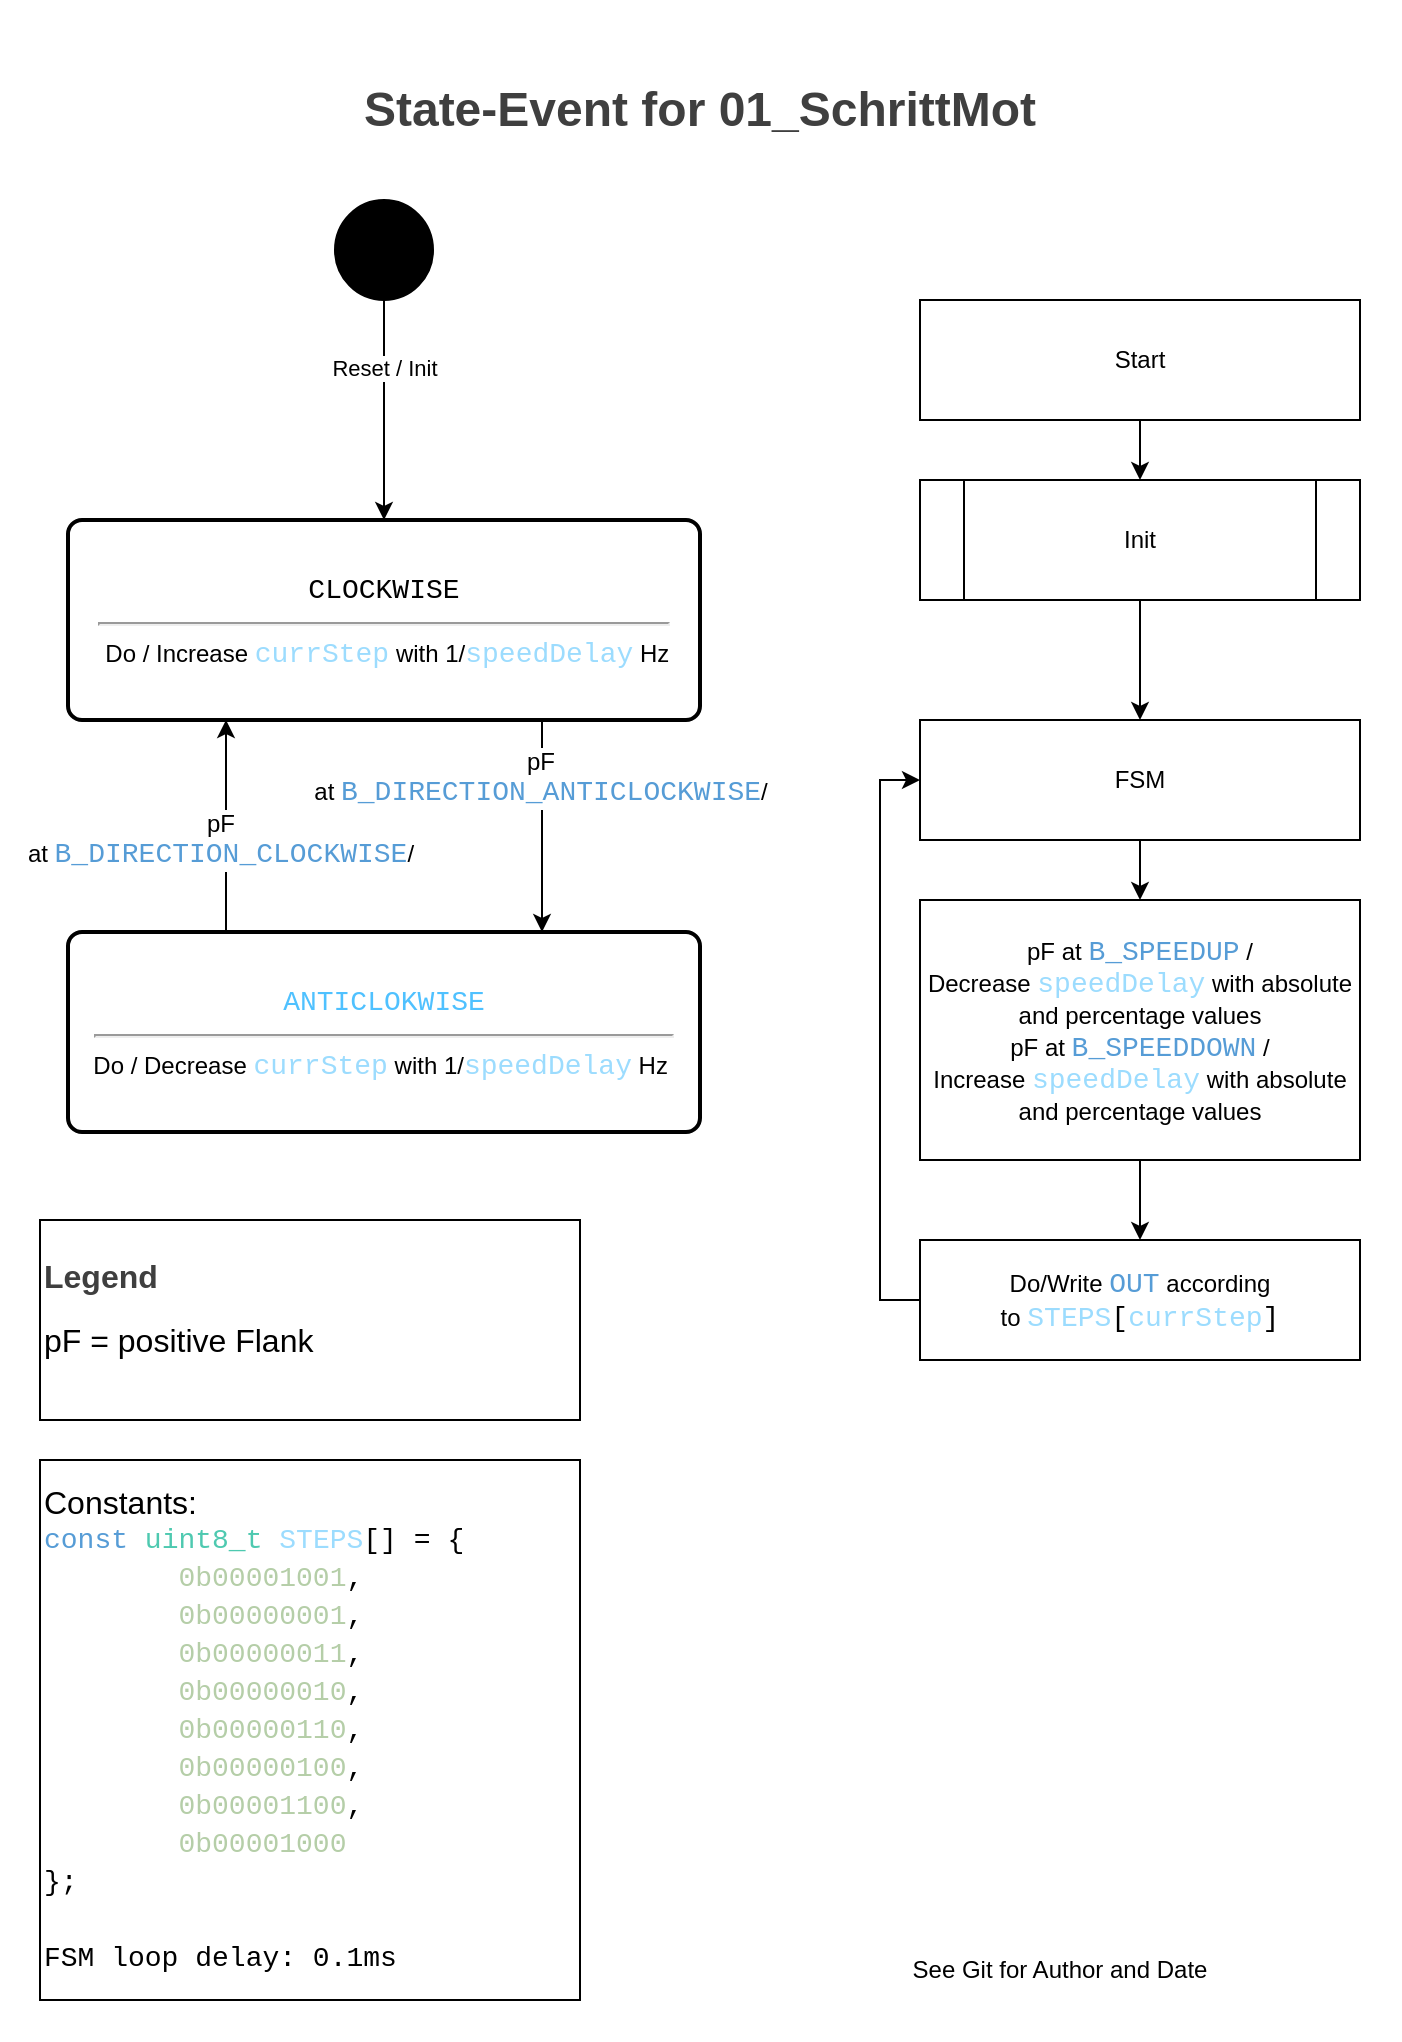
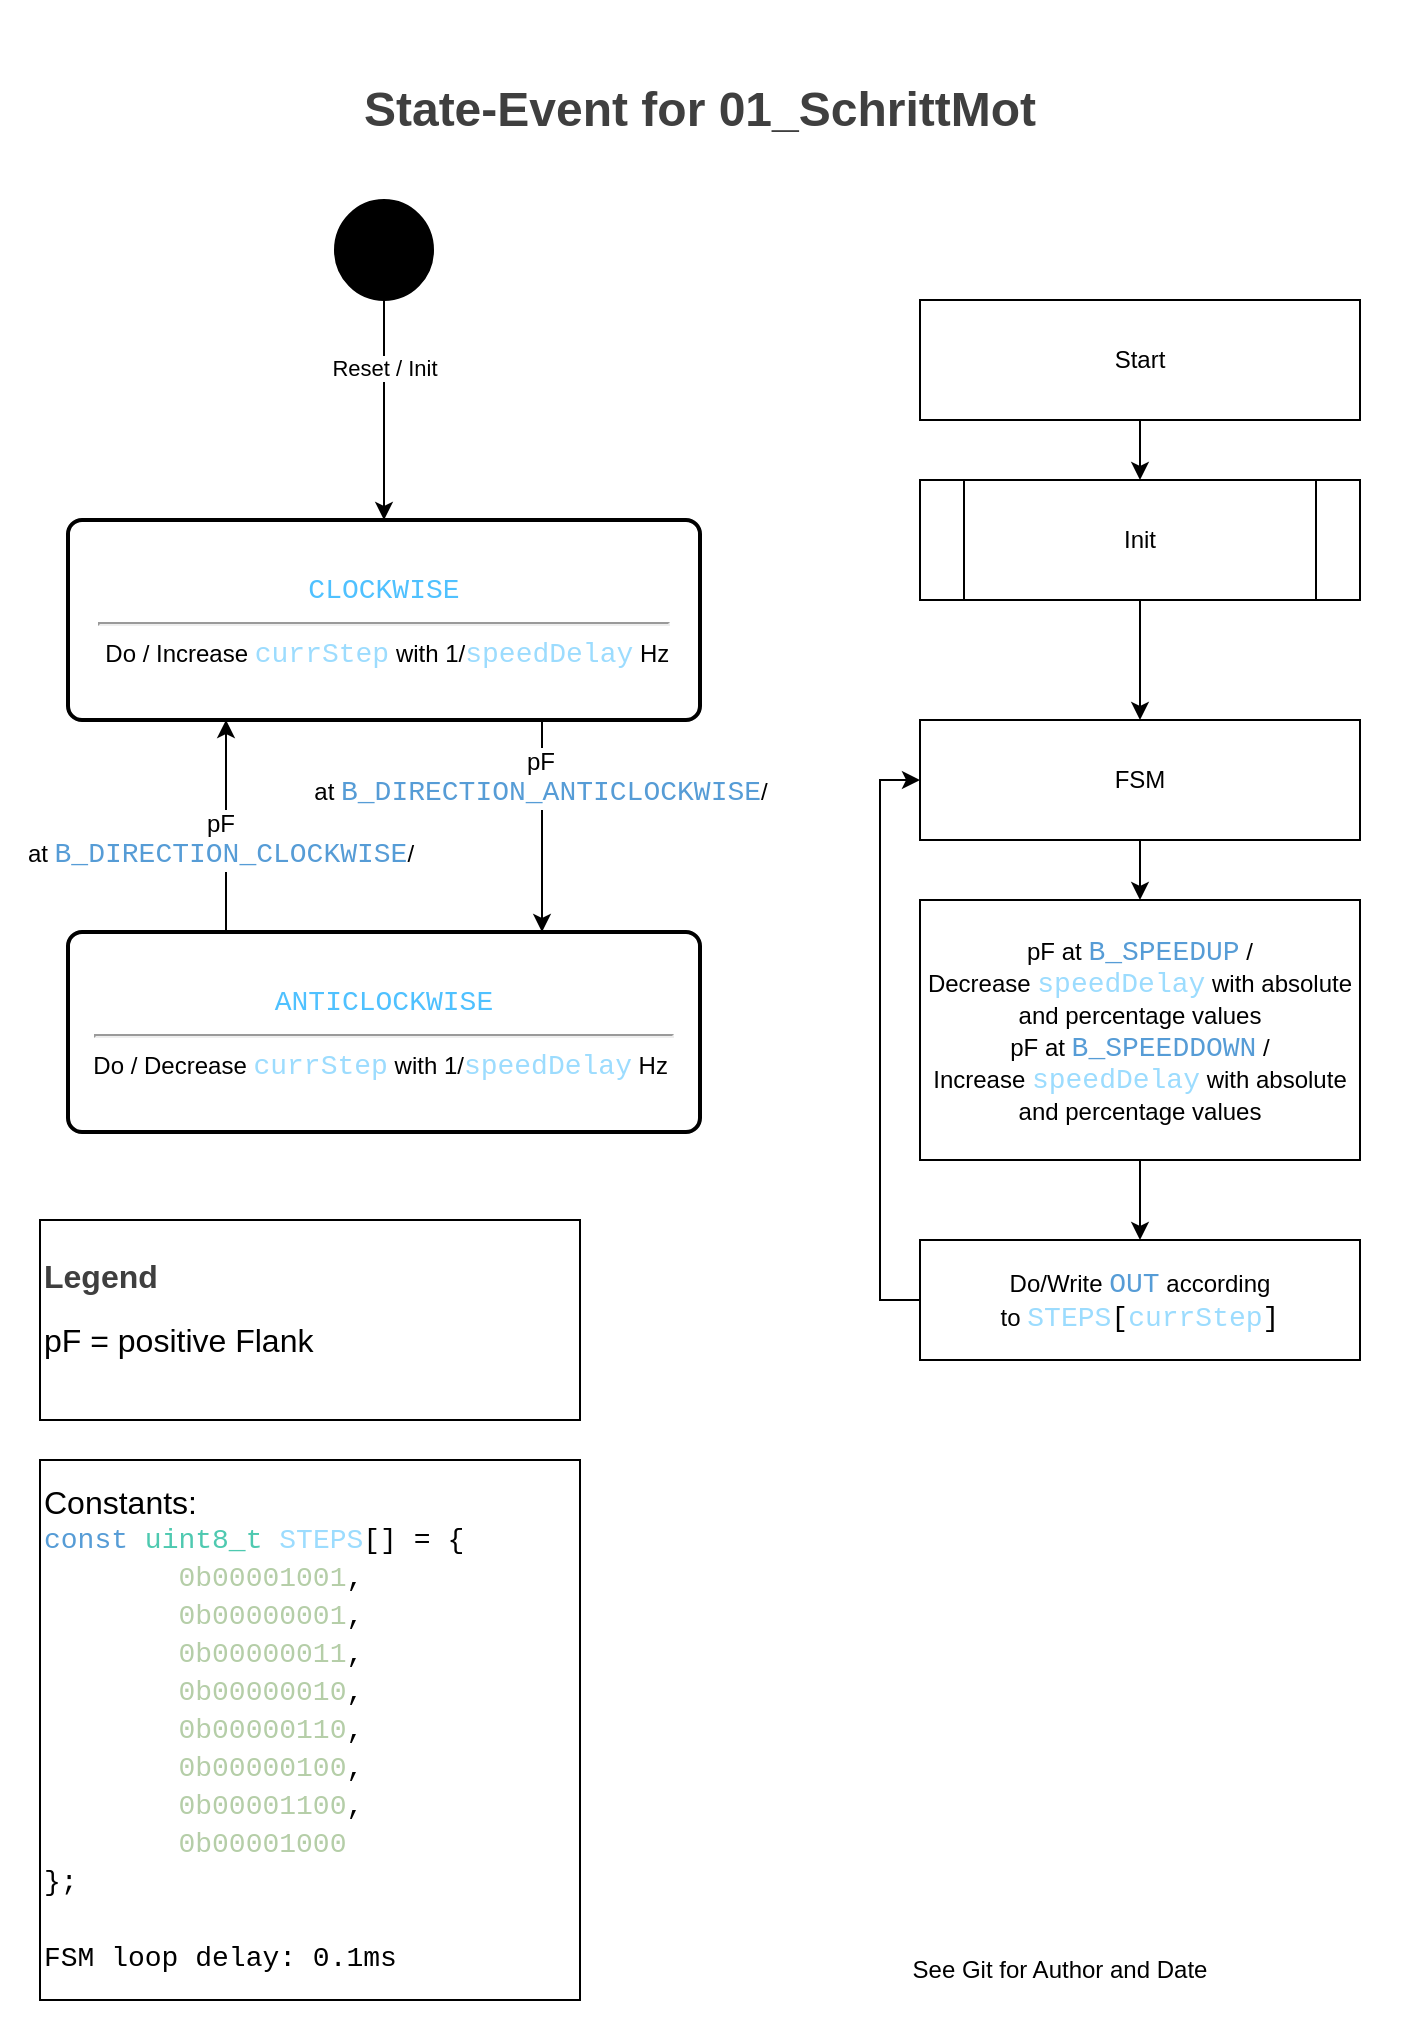
<mxfile host="65bd71144e">
    <diagram name="Seite-1" id="3LzIv_oDcxLdRf5ZIzTs">
-         <mxGraphModel dx="822" dy="310" grid="1" gridSize="10" guides="1" tooltips="1" connect="1" arrows="1" fold="1" page="1" pageScale="1" pageWidth="827" pageHeight="1169" background="#ffffff" math="0" shadow="0">
+         <mxGraphModel dx="620" dy="651" grid="1" gridSize="10" guides="1" tooltips="1" connect="1" arrows="1" fold="1" page="1" pageScale="1" pageWidth="827" pageHeight="1169" background="#ffffff" math="0" shadow="0">
            <root>
                <mxCell id="0"/>
                <mxCell id="1" parent="0"/>
                <mxCell id="2" value="" style="rounded=0;whiteSpace=wrap;html=1;strokeColor=none;" parent="1" vertex="1">
                    <mxGeometry x="20" y="40" width="700" height="1000" as="geometry"/>
                </mxCell>
                <mxCell id="3" value="&lt;h1 style=&quot;color: rgb(63, 63, 63); scrollbar-color: rgb(226, 226, 226) rgb(251, 251, 251); text-wrap-mode: nowrap;&quot;&gt;&lt;b style=&quot;color: rgb(63, 63, 63); scrollbar-color: rgb(226, 226, 226) rgb(251, 251, 251);&quot;&gt;State-Event for 01_SchrittMot&lt;/b&gt;&lt;/h1&gt;" style="text;html=1;align=center;verticalAlign=middle;whiteSpace=wrap;rounded=0;" parent="1" vertex="1">
                    <mxGeometry x="20" y="40" width="700" height="70" as="geometry"/>
                </mxCell>
                <mxCell id="Lc9ec_JKBUFlBkVfgpRD-3" style="edgeStyle=orthogonalEdgeStyle;rounded=0;orthogonalLoop=1;jettySize=auto;html=1;exitX=0.5;exitY=1;exitDx=0;exitDy=0;entryX=0.5;entryY=0;entryDx=0;entryDy=0;" parent="1" source="srKGXEBpMEbrtS2G2Xaq-6" target="Lc9ec_JKBUFlBkVfgpRD-4" edge="1">
                    <mxGeometry relative="1" as="geometry">
                        <mxPoint x="164" y="315" as="targetPoint"/>
                        <mxPoint x="164" y="180" as="sourcePoint"/>
                    </mxGeometry>
                </mxCell>
                <mxCell id="Lc9ec_JKBUFlBkVfgpRD-5" value="&lt;font&gt;Reset / Init&lt;/font&gt;" style="edgeLabel;html=1;align=center;verticalAlign=middle;resizable=0;points=[];" parent="Lc9ec_JKBUFlBkVfgpRD-3" vertex="1" connectable="0">
                    <mxGeometry x="0.2976" relative="1" as="geometry">
                        <mxPoint y="-38" as="offset"/>
                    </mxGeometry>
                </mxCell>
                <mxCell id="QQM4AKSybeygNb_UfViG-3" style="edgeStyle=orthogonalEdgeStyle;rounded=0;orthogonalLoop=1;jettySize=auto;html=1;exitX=0.75;exitY=1;exitDx=0;exitDy=0;entryX=0.75;entryY=0;entryDx=0;entryDy=0;" parent="1" source="Lc9ec_JKBUFlBkVfgpRD-4" target="QQM4AKSybeygNb_UfViG-1" edge="1">
                    <mxGeometry relative="1" as="geometry"/>
                </mxCell>
                <mxCell id="QQM4AKSybeygNb_UfViG-5" value="&lt;span&gt;&lt;span style=&quot;font-size: 12px; text-wrap: wrap;&quot;&gt;pF at&amp;nbsp;&lt;/span&gt;&lt;span style=&quot;color: rgb(86, 156, 214); font-family: Consolas, &amp;quot;Courier New&amp;quot;, monospace; font-size: 14px; white-space-collapse: preserve;&quot;&gt;B_DIRECTION_ANTICLOCKWISE&lt;/span&gt;&lt;span style=&quot;font-size: 12px; text-wrap: wrap;&quot;&gt;/&lt;/span&gt;&lt;/span&gt;" style="edgeLabel;html=1;align=center;verticalAlign=middle;resizable=0;points=[];" parent="QQM4AKSybeygNb_UfViG-3" vertex="1" connectable="0">
                    <mxGeometry x="-0.4617" y="-3" relative="1" as="geometry">
                        <mxPoint x="2" as="offset"/>
                    </mxGeometry>
                </mxCell>
-                 <mxCell id="Lc9ec_JKBUFlBkVfgpRD-4" value="&lt;div style=&quot;font-family: Consolas, &amp;quot;Courier New&amp;quot;, monospace; font-size: 14px; line-height: 19px; white-space: pre;&quot;&gt;&lt;span&gt;&lt;font&gt;CLOCKWISE&lt;/font&gt;&lt;/span&gt;&lt;/div&gt;&lt;hr&gt;&lt;font&gt;&amp;nbsp;Do / Increase&amp;nbsp;&lt;span style=&quot;font-family: Consolas, &amp;quot;Courier New&amp;quot;, monospace; font-size: 14px; white-space: pre; color: rgb(156, 220, 254);&quot;&gt;currStep&lt;/span&gt;&amp;nbsp;&lt;span style=&quot;background-color: initial;&quot;&gt;with 1/&lt;/span&gt;&lt;span&gt;&lt;span style=&quot;font-family: Consolas, &amp;quot;Courier New&amp;quot;, monospace; font-size: 14px; white-space: pre; color: rgb(156, 220, 254);&quot;&gt;speedDelay&lt;/span&gt;&amp;nbsp;&lt;/span&gt;Hz&lt;/font&gt;" style="rounded=1;whiteSpace=wrap;html=1;absoluteArcSize=1;arcSize=14;strokeWidth=2;" parent="1" vertex="1">
+                 <mxCell id="Lc9ec_JKBUFlBkVfgpRD-4" value="&lt;div style=&quot;font-family: Consolas, &amp;quot;Courier New&amp;quot;, monospace; font-size: 14px; line-height: 19px; white-space: pre;&quot;&gt;&lt;span style=&quot;color: rgb(79, 193, 255);&quot;&gt;CLOCKWISE&lt;/span&gt;&lt;/div&gt;&lt;hr&gt;&lt;font&gt;&amp;nbsp;Do / Increase&amp;nbsp;&lt;span style=&quot;font-family: Consolas, &amp;quot;Courier New&amp;quot;, monospace; font-size: 14px; white-space: pre; color: rgb(156, 220, 254);&quot;&gt;currStep&lt;/span&gt;&amp;nbsp;&lt;span style=&quot;background-color: initial;&quot;&gt;with 1/&lt;/span&gt;&lt;span&gt;&lt;span style=&quot;font-family: Consolas, &amp;quot;Courier New&amp;quot;, monospace; font-size: 14px; white-space: pre; color: rgb(156, 220, 254);&quot;&gt;speedDelay&lt;/span&gt;&amp;nbsp;&lt;/span&gt;Hz&lt;/font&gt;" style="rounded=1;whiteSpace=wrap;html=1;absoluteArcSize=1;arcSize=14;strokeWidth=2;" parent="1" vertex="1">
                    <mxGeometry x="54" y="280" width="316" height="100" as="geometry"/>
                </mxCell>
                <mxCell id="Lc9ec_JKBUFlBkVfgpRD-9" value="&lt;h1&gt;&lt;br&gt;&lt;/h1&gt;" style="text;html=1;align=center;verticalAlign=middle;resizable=0;points=[];autosize=1;strokeColor=none;fillColor=none;" parent="1" vertex="1">
                    <mxGeometry x="130" y="20" width="20" height="70" as="geometry"/>
                </mxCell>
                <mxCell id="Lc9ec_JKBUFlBkVfgpRD-20" value="&lt;b style=&quot;font-size: medium; background-color: light-dark(#ffffff, var(--ge-dark-color, #121212)); color: rgb(63, 63, 63);&quot;&gt;Legend&lt;/b&gt;&lt;br&gt;&lt;p style=&quot;&quot;&gt;&lt;font style=&quot;background-color: light-dark(#ffffff, var(--ge-dark-color, #121212));&quot; size=&quot;3&quot;&gt;pF = positive Flank&lt;/font&gt;&lt;/p&gt;" style="html=1;whiteSpace=wrap;align=left;" parent="1" vertex="1">
                    <mxGeometry x="40" y="630" width="270" height="100" as="geometry"/>
                </mxCell>
                <mxCell id="srKGXEBpMEbrtS2G2Xaq-6" value="" style="ellipse;fillColor=strokeColor;html=1;strokeColor=default;" parent="1" vertex="1">
                    <mxGeometry x="187.5" y="120" width="49" height="50" as="geometry"/>
                </mxCell>
                <mxCell id="QQM4AKSybeygNb_UfViG-2" style="edgeStyle=orthogonalEdgeStyle;rounded=0;orthogonalLoop=1;jettySize=auto;html=1;entryX=0.25;entryY=1;entryDx=0;entryDy=0;exitX=0.25;exitY=0;exitDx=0;exitDy=0;" parent="1" source="QQM4AKSybeygNb_UfViG-1" target="Lc9ec_JKBUFlBkVfgpRD-4" edge="1">
                    <mxGeometry relative="1" as="geometry"/>
                </mxCell>
                <mxCell id="QQM4AKSybeygNb_UfViG-4" value="&lt;span&gt;&lt;span style=&quot;font-size: 12px; text-wrap: wrap;&quot;&gt;pF at&amp;nbsp;&lt;/span&gt;&lt;span style=&quot;color: rgb(86, 156, 214); font-family: Consolas, &amp;quot;Courier New&amp;quot;, monospace; font-size: 14px; white-space-collapse: preserve;&quot;&gt;B_DIRECTION_CLOCKWISE&lt;/span&gt;&lt;span style=&quot;font-size: 12px; text-wrap: wrap;&quot;&gt;/&lt;/span&gt;&lt;/span&gt;" style="edgeLabel;html=1;align=center;verticalAlign=middle;resizable=0;points=[];" parent="QQM4AKSybeygNb_UfViG-2" vertex="1" connectable="0">
                    <mxGeometry x="0.04" y="-1" relative="1" as="geometry">
                        <mxPoint x="-4" y="9" as="offset"/>
                    </mxGeometry>
                </mxCell>
-                 <mxCell id="QQM4AKSybeygNb_UfViG-1" value="&lt;div style=&quot;color: rgb(204, 204, 204); font-family: Consolas, &amp;quot;Courier New&amp;quot;, monospace; font-size: 14px; line-height: 19px; white-space: pre;&quot;&gt;&lt;div style=&quot;line-height: 19px;&quot;&gt;&lt;span style=&quot;color: rgb(79, 193, 255);&quot;&gt;ANTICLOKWISE&lt;/span&gt;&lt;/div&gt;&lt;/div&gt;&lt;hr&gt;&lt;div&gt;Do / Decrease&amp;nbsp;&lt;span style=&quot;color: rgb(156, 220, 254); font-family: Consolas, &amp;quot;Courier New&amp;quot;, monospace; font-size: 14px; white-space: pre;&quot;&gt;currStep&lt;/span&gt;&lt;span style=&quot;background-color: initial;&quot;&gt;&amp;nbsp;with 1/&lt;/span&gt;&lt;span style=&quot;color: rgb(156, 220, 254); font-family: Consolas, &amp;quot;Courier New&amp;quot;, monospace; font-size: 14px; white-space: pre;&quot;&gt;speedDelay&lt;/span&gt;&amp;nbsp;Hz&lt;span style=&quot;background-color: initial;&quot;&gt;&amp;nbsp;&lt;/span&gt;&lt;/div&gt;" style="rounded=1;whiteSpace=wrap;html=1;absoluteArcSize=1;arcSize=14;strokeWidth=2;" parent="1" vertex="1">
+                 <mxCell id="QQM4AKSybeygNb_UfViG-1" value="&lt;div style=&quot;color: rgb(204, 204, 204); font-family: Consolas, &amp;quot;Courier New&amp;quot;, monospace; font-size: 14px; line-height: 19px; white-space: pre;&quot;&gt;&lt;div style=&quot;line-height: 19px;&quot;&gt;&lt;span style=&quot;color: rgb(79, 193, 255);&quot;&gt;ANTICLOCKWISE&lt;/span&gt;&lt;/div&gt;&lt;/div&gt;&lt;hr&gt;&lt;div&gt;Do / Decrease&amp;nbsp;&lt;span style=&quot;color: rgb(156, 220, 254); font-family: Consolas, &amp;quot;Courier New&amp;quot;, monospace; font-size: 14px; white-space: pre;&quot;&gt;currStep&lt;/span&gt;&lt;span style=&quot;background-color: initial;&quot;&gt;&amp;nbsp;with 1/&lt;/span&gt;&lt;span style=&quot;color: rgb(156, 220, 254); font-family: Consolas, &amp;quot;Courier New&amp;quot;, monospace; font-size: 14px; white-space: pre;&quot;&gt;speedDelay&lt;/span&gt;&amp;nbsp;Hz&lt;span style=&quot;background-color: initial;&quot;&gt;&amp;nbsp;&lt;/span&gt;&lt;/div&gt;" style="rounded=1;whiteSpace=wrap;html=1;absoluteArcSize=1;arcSize=14;strokeWidth=2;" parent="1" vertex="1">
                    <mxGeometry x="54" y="486" width="316" height="100" as="geometry"/>
                </mxCell>
                <mxCell id="QQM4AKSybeygNb_UfViG-6" value="&lt;div style=&quot;&quot;&gt;&lt;span style=&quot;font-size: medium; background-color: initial;&quot;&gt;&lt;font&gt;Constants:&lt;/font&gt;&lt;/span&gt;&lt;/div&gt;&lt;div style=&quot;&quot;&gt;&lt;div style=&quot;font-family: Consolas, &amp;quot;Courier New&amp;quot;, monospace; font-size: 14px; line-height: 19px; white-space: pre;&quot;&gt;&lt;div style=&quot;line-height: 19px;&quot;&gt;&lt;div style=&quot;&quot;&gt;&lt;font&gt;&lt;span style=&quot;color: rgb(86, 156, 214);&quot;&gt;const&lt;/span&gt;&lt;font&gt; &lt;/font&gt;&lt;span style=&quot;color: rgb(78, 201, 176);&quot;&gt;uint8_t&lt;/span&gt;&lt;font&gt; &lt;/font&gt;&lt;span style=&quot;color: rgb(156, 220, 254);&quot;&gt;STEPS&lt;/span&gt;&lt;span&gt;&lt;font&gt;[]&lt;/font&gt;&lt;/span&gt;&lt;font&gt; &lt;/font&gt;&lt;font&gt;&lt;font&gt;= &lt;/font&gt;&lt;font&gt;{&lt;/font&gt;&lt;/font&gt;&lt;/font&gt;&lt;/div&gt;&lt;div style=&quot;&quot;&gt;&lt;span&gt;&lt;font&gt;&amp;nbsp; &amp;nbsp; &amp;nbsp; &amp;nbsp; &lt;span style=&quot;color: rgb(181, 206, 168);&quot;&gt;0b00001001&lt;/span&gt;,&lt;/font&gt;&lt;/span&gt;&lt;/div&gt;&lt;div style=&quot;&quot;&gt;&lt;span&gt;&lt;font&gt;&amp;nbsp; &amp;nbsp; &amp;nbsp; &amp;nbsp; &lt;span style=&quot;color: rgb(181, 206, 168);&quot;&gt;0b00000001&lt;/span&gt;,&lt;/font&gt;&lt;/span&gt;&lt;/div&gt;&lt;div style=&quot;&quot;&gt;&lt;span&gt;&lt;font&gt;&amp;nbsp; &amp;nbsp; &amp;nbsp; &amp;nbsp; &lt;span style=&quot;color: rgb(181, 206, 168);&quot;&gt;0b00000011&lt;/span&gt;,&lt;/font&gt;&lt;/span&gt;&lt;/div&gt;&lt;div style=&quot;&quot;&gt;&lt;span&gt;&lt;font&gt;&amp;nbsp; &amp;nbsp; &amp;nbsp; &amp;nbsp; &lt;span style=&quot;color: rgb(181, 206, 168);&quot;&gt;0b00000010&lt;/span&gt;,&lt;/font&gt;&lt;/span&gt;&lt;/div&gt;&lt;div style=&quot;&quot;&gt;&lt;span&gt;&lt;font&gt;&amp;nbsp; &amp;nbsp; &amp;nbsp; &amp;nbsp; &lt;span style=&quot;color: rgb(181, 206, 168);&quot;&gt;0b00000110&lt;/span&gt;,&lt;/font&gt;&lt;/span&gt;&lt;/div&gt;&lt;div style=&quot;&quot;&gt;&lt;span&gt;&lt;font&gt;&amp;nbsp; &amp;nbsp; &amp;nbsp; &amp;nbsp; &lt;span style=&quot;color: rgb(181, 206, 168);&quot;&gt;0b00000100&lt;/span&gt;,&lt;/font&gt;&lt;/span&gt;&lt;/div&gt;&lt;div style=&quot;&quot;&gt;&lt;span&gt;&lt;font&gt;&amp;nbsp; &amp;nbsp; &amp;nbsp; &amp;nbsp; &lt;span style=&quot;color: rgb(181, 206, 168);&quot;&gt;0b00001100&lt;/span&gt;,&lt;/font&gt;&lt;/span&gt;&lt;/div&gt;&lt;div style=&quot;&quot;&gt;&lt;span&gt;&lt;font&gt;&amp;nbsp; &amp;nbsp; &amp;nbsp; &amp;nbsp; &lt;span style=&quot;color: rgb(181, 206, 168);&quot;&gt;0b00001000&lt;/span&gt;&lt;/font&gt;&lt;/span&gt;&lt;/div&gt;&lt;div style=&quot;&quot;&gt;&lt;span&gt;&lt;font&gt;};&lt;/font&gt;&lt;/span&gt;&lt;/div&gt;&lt;div style=&quot;&quot;&gt;&lt;span&gt;&lt;font&gt;&lt;br&gt;&lt;/font&gt;&lt;/span&gt;&lt;/div&gt;&lt;div style=&quot;&quot;&gt;FSM loop delay: 0.1ms&lt;/div&gt;&lt;/div&gt;&lt;/div&gt;&lt;/div&gt;" style="html=1;whiteSpace=wrap;align=left;" parent="1" vertex="1">
                    <mxGeometry x="40" y="750" width="270" height="270" as="geometry"/>
                </mxCell>
                <mxCell id="QQM4AKSybeygNb_UfViG-12" style="edgeStyle=orthogonalEdgeStyle;rounded=0;orthogonalLoop=1;jettySize=auto;html=1;exitX=0.5;exitY=1;exitDx=0;exitDy=0;entryX=0.5;entryY=0;entryDx=0;entryDy=0;" parent="1" source="QQM4AKSybeygNb_UfViG-7" target="QQM4AKSybeygNb_UfViG-8" edge="1">
                    <mxGeometry relative="1" as="geometry"/>
                </mxCell>
                <mxCell id="QQM4AKSybeygNb_UfViG-7" value="&lt;font&gt;Start&lt;/font&gt;" style="rounded=0;whiteSpace=wrap;html=1;" parent="1" vertex="1">
                    <mxGeometry x="480" y="170" width="220" height="60" as="geometry"/>
                </mxCell>
                <mxCell id="QQM4AKSybeygNb_UfViG-8" value="&lt;font&gt;Init&lt;/font&gt;" style="shape=process;whiteSpace=wrap;html=1;backgroundOutline=1;" parent="1" vertex="1">
                    <mxGeometry x="480" y="260" width="220" height="60" as="geometry"/>
                </mxCell>
                <mxCell id="QQM4AKSybeygNb_UfViG-14" style="edgeStyle=orthogonalEdgeStyle;rounded=0;orthogonalLoop=1;jettySize=auto;html=1;exitX=0.5;exitY=1;exitDx=0;exitDy=0;entryX=0.5;entryY=0;entryDx=0;entryDy=0;" parent="1" source="QQM4AKSybeygNb_UfViG-9" target="QQM4AKSybeygNb_UfViG-10" edge="1">
                    <mxGeometry relative="1" as="geometry"/>
                </mxCell>
                <mxCell id="QQM4AKSybeygNb_UfViG-9" value="&lt;font&gt;FSM&lt;/font&gt;" style="rounded=0;whiteSpace=wrap;html=1;" parent="1" vertex="1">
                    <mxGeometry x="480" y="380" width="220" height="60" as="geometry"/>
                </mxCell>
                <mxCell id="QQM4AKSybeygNb_UfViG-15" style="edgeStyle=orthogonalEdgeStyle;rounded=0;orthogonalLoop=1;jettySize=auto;html=1;exitX=0.5;exitY=1;exitDx=0;exitDy=0;entryX=0.5;entryY=0;entryDx=0;entryDy=0;" parent="1" source="QQM4AKSybeygNb_UfViG-10" target="QQM4AKSybeygNb_UfViG-11" edge="1">
                    <mxGeometry relative="1" as="geometry"/>
                </mxCell>
                <mxCell id="QQM4AKSybeygNb_UfViG-10" value="&lt;font&gt;pF at&amp;nbsp;&lt;span style=&quot;font-family: Consolas, &amp;quot;Courier New&amp;quot;, monospace; font-size: 14px; white-space: pre; color: rgb(86, 156, 214);&quot;&gt;B_SPEEDUP&lt;/span&gt;&lt;span style=&quot;background-color: initial;&quot;&gt;&amp;nbsp;/ Decrease&amp;nbsp;&lt;/span&gt;&lt;span style=&quot;font-family: Consolas, &amp;quot;Courier New&amp;quot;, monospace; font-size: 14px; white-space: pre; color: rgb(156, 220, 254);&quot;&gt;speedDelay&lt;/span&gt;&lt;span style=&quot;background-color: initial;&quot;&gt;&amp;nbsp;with absolute and percentage values&lt;/span&gt;&lt;/font&gt;&lt;div&gt;&lt;font&gt;pF at&amp;nbsp;&lt;span style=&quot;font-family: Consolas, &amp;quot;Courier New&amp;quot;, monospace; font-size: 14px; white-space: pre; color: rgb(86, 156, 214);&quot;&gt;B_SPEEDDOWN&lt;/span&gt;&lt;span style=&quot;background-color: initial;&quot;&gt;&amp;nbsp;/ Increase&amp;nbsp;&lt;/span&gt;&lt;span style=&quot;font-family: Consolas, &amp;quot;Courier New&amp;quot;, monospace; font-size: 14px; white-space: pre; color: rgb(156, 220, 254);&quot;&gt;speedDelay&lt;/span&gt;&lt;span style=&quot;background-color: initial;&quot;&gt;&amp;nbsp;with absolute and percentage values&lt;/span&gt;&lt;/font&gt;&lt;br&gt;&lt;/div&gt;" style="rounded=0;whiteSpace=wrap;html=1;" parent="1" vertex="1">
                    <mxGeometry x="480" y="470" width="220" height="130" as="geometry"/>
                </mxCell>
                <mxCell id="QQM4AKSybeygNb_UfViG-16" style="edgeStyle=orthogonalEdgeStyle;rounded=0;orthogonalLoop=1;jettySize=auto;html=1;exitX=0;exitY=0.5;exitDx=0;exitDy=0;entryX=0;entryY=0.5;entryDx=0;entryDy=0;" parent="1" source="QQM4AKSybeygNb_UfViG-11" target="QQM4AKSybeygNb_UfViG-9" edge="1">
                    <mxGeometry relative="1" as="geometry"/>
                </mxCell>
                <mxCell id="QQM4AKSybeygNb_UfViG-11" value="&lt;font&gt;Do/Write&amp;nbsp;&lt;span style=&quot;font-family: Consolas, &amp;quot;Courier New&amp;quot;, monospace; font-size: 14px; white-space: pre; color: rgb(86, 156, 214);&quot;&gt;OUT&lt;/span&gt;&lt;span style=&quot;background-color: initial;&quot;&gt;&amp;nbsp;according to&amp;nbsp;&lt;/span&gt;&lt;span style=&quot;font-family: Consolas, &amp;quot;Courier New&amp;quot;, monospace; font-size: 14px; white-space: pre; color: rgb(156, 220, 254);&quot;&gt;STEPS&lt;/span&gt;&lt;span style=&quot;font-family: Consolas, &amp;quot;Courier New&amp;quot;, monospace; font-size: 14px; white-space: pre;&quot;&gt;&lt;font&gt;[&lt;/font&gt;&lt;/span&gt;&lt;span style=&quot;font-family: Consolas, &amp;quot;Courier New&amp;quot;, monospace; font-size: 14px; white-space: pre; color: rgb(156, 220, 254);&quot;&gt;currStep&lt;/span&gt;&lt;span style=&quot;font-family: Consolas, &amp;quot;Courier New&amp;quot;, monospace; font-size: 14px; white-space: pre;&quot;&gt;&lt;font&gt;]&lt;/font&gt;&lt;/span&gt;&lt;/font&gt;" style="rounded=0;whiteSpace=wrap;html=1;" parent="1" vertex="1">
                    <mxGeometry x="480" y="640" width="220" height="60" as="geometry"/>
                </mxCell>
                <mxCell id="QQM4AKSybeygNb_UfViG-13" style="edgeStyle=orthogonalEdgeStyle;rounded=0;orthogonalLoop=1;jettySize=auto;html=1;exitX=0.5;exitY=1;exitDx=0;exitDy=0;entryX=0.5;entryY=0;entryDx=0;entryDy=0;" parent="1" source="QQM4AKSybeygNb_UfViG-8" target="QQM4AKSybeygNb_UfViG-9" edge="1">
                    <mxGeometry relative="1" as="geometry"/>
                </mxCell>
-                 <mxCell id="4" value="See Git for Author and Date" style="text;html=1;align=center;verticalAlign=middle;whiteSpace=wrap;rounded=0;" vertex="1" parent="1">
+                 <mxCell id="4" value="See Git for Author and Date" style="text;html=1;align=center;verticalAlign=middle;whiteSpace=wrap;rounded=0;" parent="1" vertex="1">
                    <mxGeometry x="450" y="990" width="200" height="30" as="geometry"/>
                </mxCell>
            </root>
        </mxGraphModel>
    </diagram>
</mxfile>